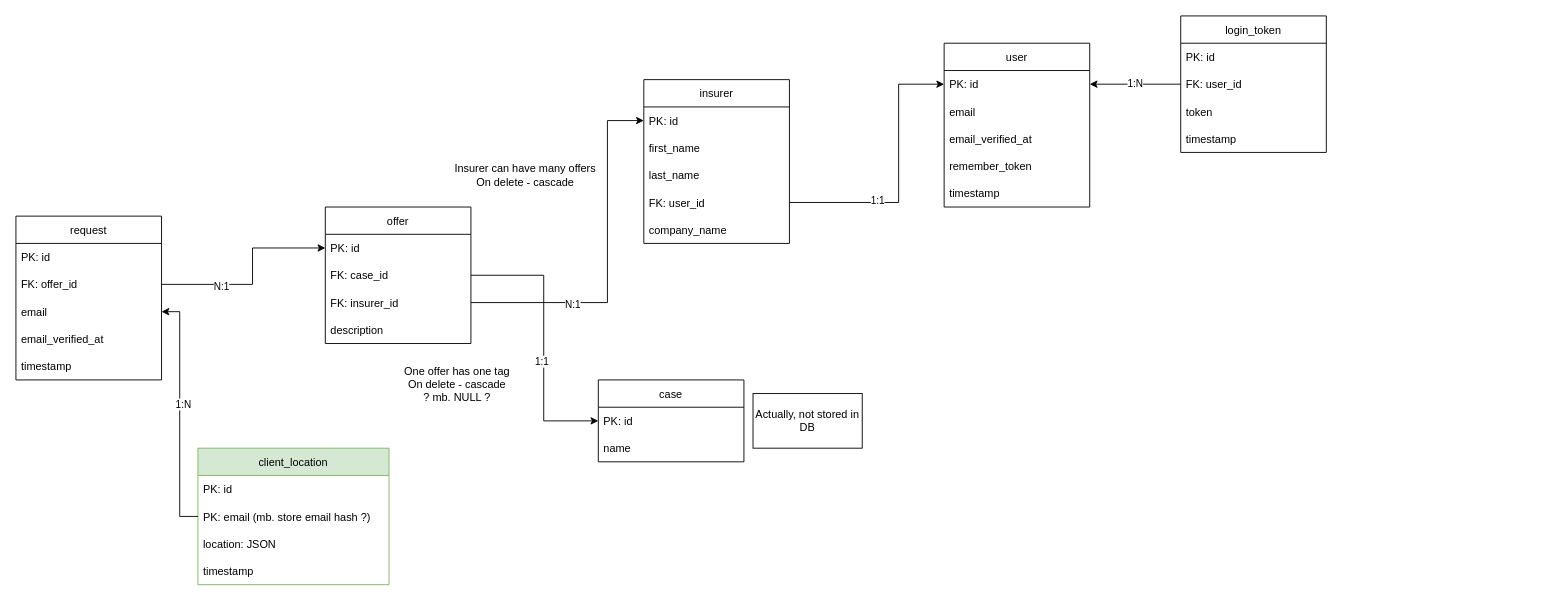
hophiphip/bruh keeps this draw.io diagram as docks/current.drawio. Above is the earlier version. Source tidied: cells renumbered, new cells numbered last; positions are measured from the earlier drawing's top-left corner, leaving out a move shared by most shapes. Both pictures are drawn from the tidied source at 91%, with x=0, y=0 at pixel (15, 15).
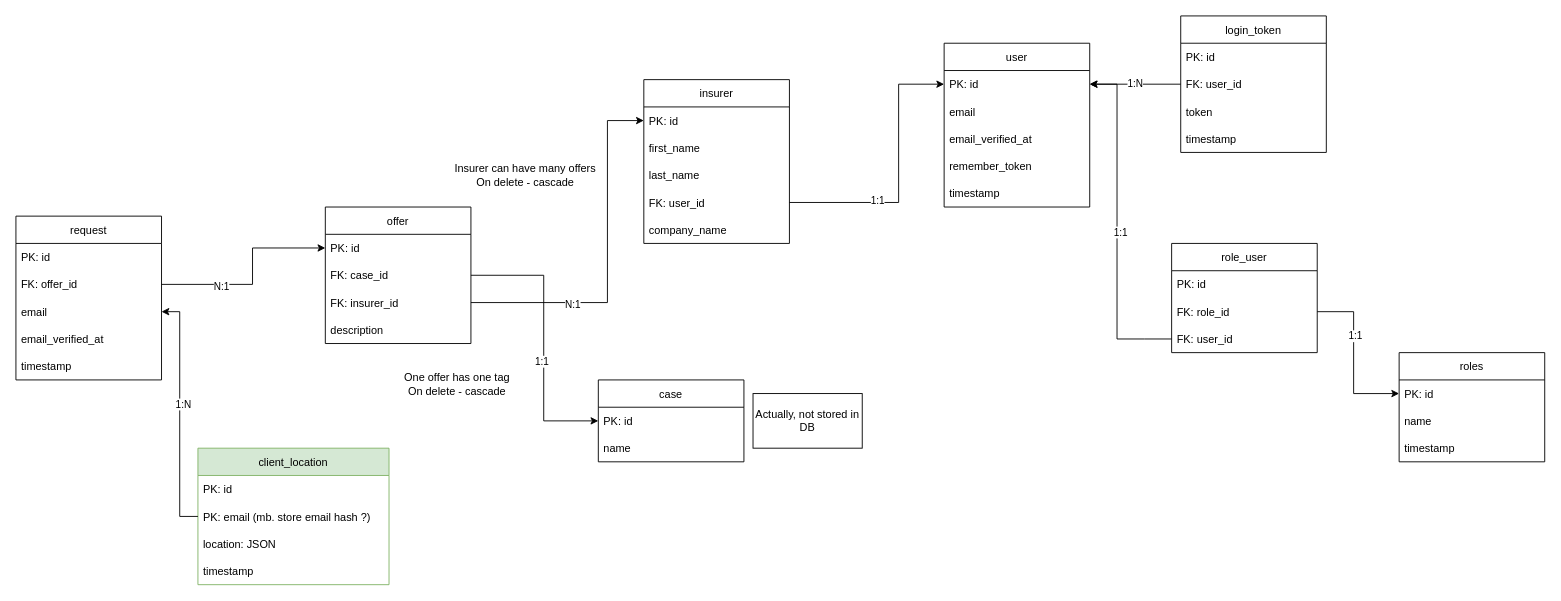
The same diagram, later.

Commit message (it also covers changes not shown here):
Updated current database schema

The change refers to these unchanged cells:
```xml
<mxCell id="24" value="PK: id" style="text;strokeColor=none;fillColor=none;align=left;verticalAlign=middle;spacingLeft=4;spacingRight=4;overflow=hidden;points=[[0,0.5],[1,0.5]];portConstraint=eastwest;" parent="23" vertex="1">
  <mxGeometry y="30" width="160" height="30" as="geometry" />
</mxCell>
```

Diff of the diagram source:
```diff
@@
-    <mxCell id="20" value="&lt;div&gt;One offer has one tag&lt;/div&gt;&lt;div&gt;On delete - cascade&lt;/div&gt;&lt;div&gt;? mb. NULL ?&lt;/div&gt;" style="text;html=1;strokeColor=none;fillColor=none;align=center;verticalAlign=middle;whiteSpace=wrap;rounded=0;" parent="1" vertex="1">
+    <mxCell id="20" value="&lt;div&gt;One offer has one tag&lt;/div&gt;&lt;div&gt;On delete - cascade&lt;/div&gt;" style="text;html=1;strokeColor=none;fillColor=none;align=center;verticalAlign=middle;whiteSpace=wrap;rounded=0;" parent="1" vertex="1">
       <mxGeometry x="410" y="380" width="150" height="50" as="geometry" />
     </mxCell>
@@
+    <mxCell id="52" value="roles" style="swimlane;fontStyle=0;horizontal=1;startSize=30;" parent="1" vertex="1">
+      <mxGeometry x="1520" y="370" width="160" height="120" as="geometry" />
+    </mxCell>
+    <mxCell id="53" value="PK: id" style="text;strokeColor=none;fillColor=none;align=left;verticalAlign=middle;spacingLeft=4;spacingRight=4;overflow=hidden;points=[[0,0.5],[1,0.5]];portConstraint=eastwest;" parent="52" vertex="1">
+      <mxGeometry y="30" width="160" height="30" as="geometry" />
+    </mxCell>
+    <mxCell id="54" value="name" style="text;strokeColor=none;fillColor=none;align=left;verticalAlign=middle;spacingLeft=4;spacingRight=4;overflow=hidden;" parent="52" vertex="1">
+      <mxGeometry y="60" width="160" height="30" as="geometry" />
+    </mxCell>
+    <mxCell id="55" value="timestamp" style="text;strokeColor=none;fillColor=none;align=left;verticalAlign=middle;spacingLeft=4;spacingRight=4;overflow=hidden;" parent="52" vertex="1">
+      <mxGeometry y="90" width="160" height="30" as="geometry" />
+    </mxCell>
+    <mxCell id="56" value="role_user" style="swimlane;fontStyle=0;horizontal=1;startSize=30;" parent="1" vertex="1">
+      <mxGeometry x="1270" y="250" width="160" height="120" as="geometry" />
+    </mxCell>
+    <mxCell id="57" value="PK: id" style="text;strokeColor=none;fillColor=none;align=left;verticalAlign=middle;spacingLeft=4;spacingRight=4;overflow=hidden;" parent="56" vertex="1">
+      <mxGeometry y="30" width="160" height="30" as="geometry" />
+    </mxCell>
+    <mxCell id="58" value="FK: role_id" style="text;strokeColor=none;fillColor=none;align=left;verticalAlign=middle;spacingLeft=4;spacingRight=4;overflow=hidden;points=[[0,0.5],[1,0.5]];portConstraint=eastwest;" parent="56" vertex="1">
+      <mxGeometry y="60" width="160" height="30" as="geometry" />
+    </mxCell>
+    <mxCell id="59" value="FK: user_id" style="text;strokeColor=none;fillColor=none;align=left;verticalAlign=middle;spacingLeft=4;spacingRight=4;overflow=hidden;points=[[0,0.5],[1,0.5]];portConstraint=eastwest;" parent="56" vertex="1">
+      <mxGeometry y="90" width="160" height="30" as="geometry" />
+    </mxCell>
+    <mxCell id="60" style="endArrow=classic;html=1;rounded=0;exitX=0;exitY=0.5;exitDx=0;exitDy=0;entryX=1;entryY=0.5;entryDx=0;entryDy=0;" parent="1" edge="1" source="59" target="24">
+      <mxGeometry relative="1" as="geometry">
+        <Array as="points">
+          <mxPoint x="1240" y="355" />
+          <mxPoint x="1210" y="355" />
+          <mxPoint x="1210" y="75" />
+        </Array>
+      </mxGeometry>
+    </mxCell>
+    <mxCell id="61" value="1:1" style="edgeLabel;html=1;align=center;verticalAlign=middle;" parent="60" vertex="1">
+      <mxGeometry x="-0.04" y="-3" relative="1" as="geometry" />
+    </mxCell>
+    <mxCell id="62" style="endArrow=classic;html=1;rounded=0;exitX=1;exitY=0.5;exitDx=0;exitDy=0;entryX=0;entryY=0.5;entryDx=0;entryDy=0;" parent="1" edge="1" source="58" target="53">
+      <mxGeometry relative="1" as="geometry">
+        <Array as="points">
+          <mxPoint x="1470" y="325" />
+          <mxPoint x="1470" y="415" />
+        </Array>
+      </mxGeometry>
+    </mxCell>
+    <mxCell id="63" value="1:1" style="edgeLabel;html=1;align=center;verticalAlign=middle;" parent="62" vertex="1">
+      <mxGeometry x="-0.27" y="1" relative="1" as="geometry" />
+    </mxCell>
```
